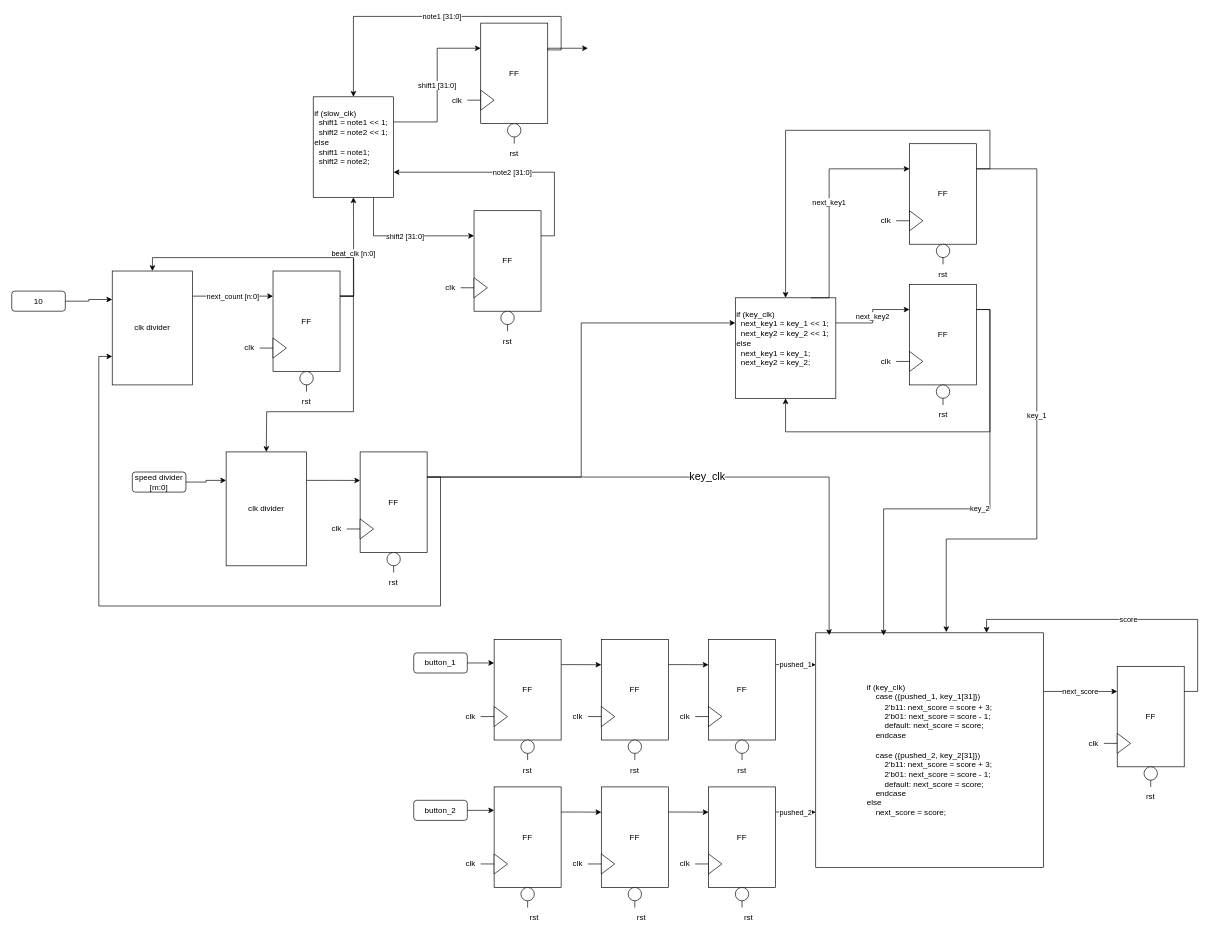
chepemike25/STARS-RTL-desgin-Mike-Shresth-Claire-Jakob-w-Fahad-2.0 keeps this draw.io diagram as page "Top RTL" (1 of 2) of Untitled Diagram.drawio. Above is the earlier version. Source tidied: cells renumbered, new cells numbered last; positions are measured from the earlier drawing's top-left corner, leaving out a move shared by most shapes. Both pictures are drawn from the tidied source at 67%, with x=0, y=0 at pixel (11, 16).
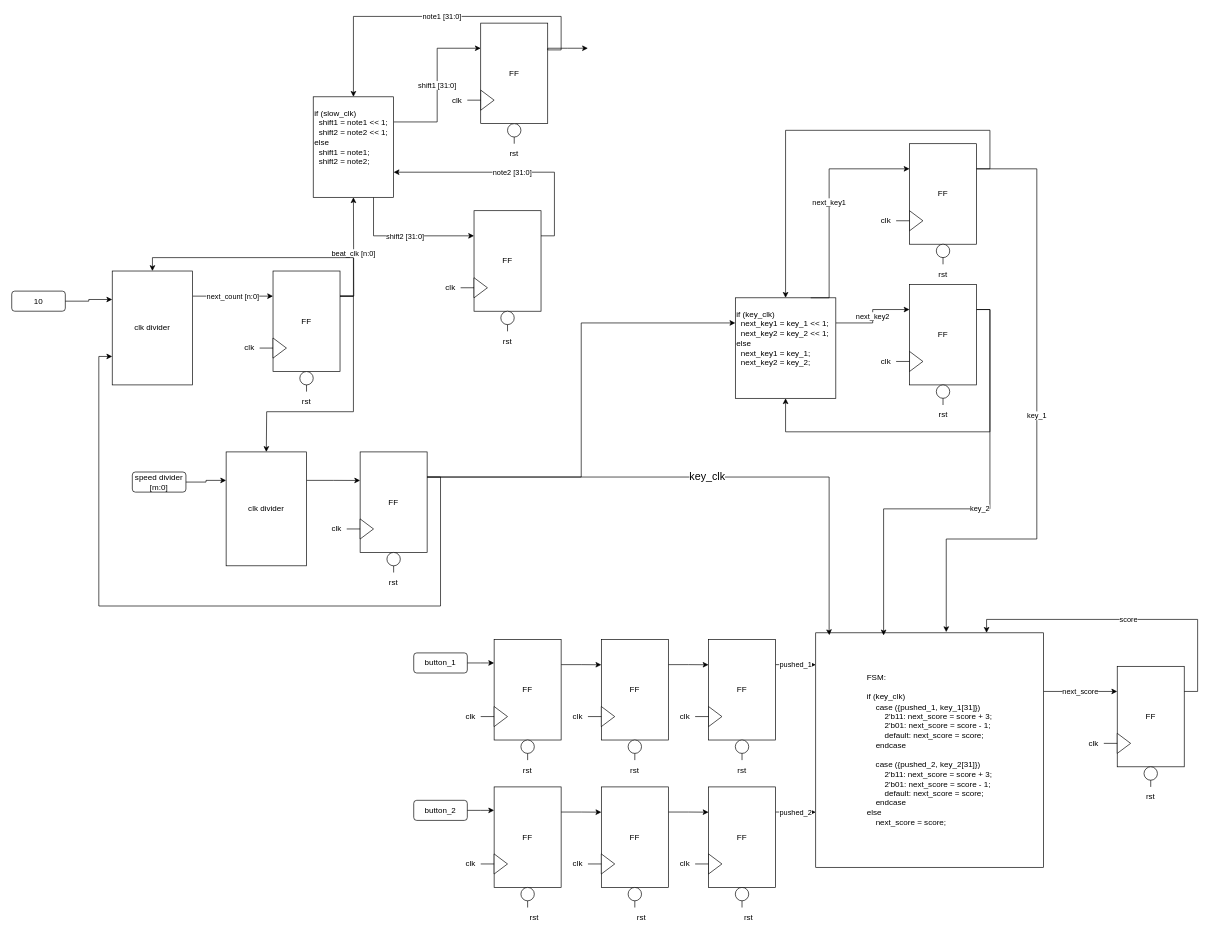
After the change.

Commit message:
FSM RTL

The edit, as a diff of the source:
```diff
@@
-    <mxCell id="111" value="&lt;div style=&quot;text-align: left;&quot;&gt;&lt;span style=&quot;background-color: initial;&quot;&gt;if (key_clk)&lt;/span&gt;&lt;/div&gt;&lt;div style=&quot;text-align: left;&quot;&gt;&lt;span style=&quot;background-color: initial;&quot;&gt;&lt;span style=&quot;&quot;&gt;&lt;span style=&quot;white-space: pre;&quot;&gt;&amp;nbsp;&amp;nbsp;&amp;nbsp;&amp;nbsp;&lt;/span&gt;&lt;/span&gt;case ({pushed_1, key_1[31]})&lt;/span&gt;&lt;/div&gt;&lt;div style=&quot;text-align: left;&quot;&gt;&lt;span style=&quot;background-color: initial;&quot;&gt;&lt;span style=&quot;&quot;&gt;&lt;span style=&quot;white-space: pre;&quot;&gt;&amp;nbsp;&amp;nbsp;&amp;nbsp;&amp;nbsp;&lt;/span&gt;&lt;span style=&quot;&quot;&gt;&lt;span style=&quot;white-space: pre;&quot;&gt;&amp;nbsp;&amp;nbsp;&amp;nbsp;&amp;nbsp;&lt;/span&gt;&lt;/span&gt;2&lt;/span&gt;'b11: next_score = score + 3;&lt;br&gt;&lt;/span&gt;&lt;/div&gt;&lt;div style=&quot;text-align: left;&quot;&gt;&lt;span style=&quot;background-color: initial;&quot;&gt;&lt;span style=&quot;&quot;&gt;&lt;span style=&quot;white-space: pre;&quot;&gt;&amp;nbsp;&amp;nbsp;&amp;nbsp;&amp;nbsp;&lt;/span&gt;&lt;/span&gt;&lt;span style=&quot;&quot;&gt;&lt;span style=&quot;white-space: pre;&quot;&gt;&amp;nbsp;&amp;nbsp;&amp;nbsp;&amp;nbsp;&lt;/span&gt;&lt;/span&gt;2'b01: next_score = score - 1;&lt;br&gt;&lt;/span&gt;&lt;/div&gt;&lt;div style=&quot;text-align: left;&quot;&gt;&lt;span style=&quot;background-color: initial;&quot;&gt;&lt;span style=&quot;&quot;&gt;&lt;span style=&quot;white-space: pre;&quot;&gt;&amp;nbsp;&amp;nbsp;&amp;nbsp;&amp;nbsp;&lt;/span&gt;&lt;/span&gt;&lt;span style=&quot;&quot;&gt;&lt;span style=&quot;white-space: pre;&quot;&gt;&amp;nbsp;&amp;nbsp;&amp;nbsp;&amp;nbsp;&lt;/span&gt;&lt;/span&gt;default: next_score = score;&lt;br&gt;&lt;/span&gt;&lt;/div&gt;&lt;div style=&quot;text-align: left;&quot;&gt;&lt;span style=&quot;background-color: initial;&quot;&gt;&lt;span style=&quot;&quot;&gt;&lt;span style=&quot;white-space: pre;&quot;&gt;&amp;nbsp;&amp;nbsp;&amp;nbsp;&amp;nbsp;&lt;/span&gt;&lt;/span&gt;endcase&lt;br&gt;&lt;/span&gt;&lt;/div&gt;&lt;div style=&quot;text-align: left;&quot;&gt;&lt;span style=&quot;background-color: initial;&quot;&gt;&lt;br&gt;&lt;/span&gt;&lt;/div&gt;&lt;div style=&quot;text-align: left;&quot;&gt;&lt;div&gt;&amp;nbsp; &amp;nbsp; case ({pushed_2, key_2[31]})&lt;span style=&quot;background-color: initial;&quot;&gt;&lt;/span&gt;&lt;/div&gt;&lt;div&gt;&lt;span style=&quot;background-color: initial;&quot;&gt;&lt;span style=&quot;&quot;&gt;&lt;span style=&quot;white-space: pre;&quot;&gt;&amp;nbsp;&amp;nbsp;&amp;nbsp;&amp;nbsp;&lt;/span&gt;&lt;span style=&quot;&quot;&gt;&lt;span style=&quot;white-space: pre;&quot;&gt;&amp;nbsp;&amp;nbsp;&amp;nbsp;&amp;nbsp;&lt;/span&gt;&lt;/span&gt;2&lt;/span&gt;'b11: next_score = score + 3;&lt;br&gt;&lt;/span&gt;&lt;/div&gt;&lt;div&gt;&lt;span style=&quot;background-color: initial;&quot;&gt;&lt;span style=&quot;&quot;&gt;&lt;span style=&quot;white-space: pre;&quot;&gt;&amp;nbsp;&amp;nbsp;&amp;nbsp;&amp;nbsp;&lt;/span&gt;&lt;/span&gt;&lt;span style=&quot;&quot;&gt;&lt;span style=&quot;white-space: pre;&quot;&gt;&amp;nbsp;&amp;nbsp;&amp;nbsp;&amp;nbsp;&lt;/span&gt;&lt;/span&gt;2'b01: next_score = score - 1;&lt;br&gt;&lt;/span&gt;&lt;/div&gt;&lt;div&gt;&lt;span style=&quot;background-color: initial;&quot;&gt;&lt;span style=&quot;&quot;&gt;&lt;span style=&quot;white-space: pre;&quot;&gt;&amp;nbsp;&amp;nbsp;&amp;nbsp;&amp;nbsp;&lt;/span&gt;&lt;/span&gt;&lt;span style=&quot;&quot;&gt;&lt;span style=&quot;white-space: pre;&quot;&gt;&amp;nbsp;&amp;nbsp;&amp;nbsp;&amp;nbsp;&lt;/span&gt;&lt;/span&gt;default: next_score = score;&lt;br&gt;&lt;/span&gt;&lt;/div&gt;&lt;div&gt;&lt;span style=&quot;background-color: initial;&quot;&gt;&lt;span style=&quot;&quot;&gt;&lt;span style=&quot;white-space: pre;&quot;&gt;&amp;nbsp;&amp;nbsp;&amp;nbsp;&amp;nbsp;&lt;/span&gt;&lt;/span&gt;endcase&lt;/span&gt;&lt;/div&gt;&lt;/div&gt;&lt;div style=&quot;text-align: left;&quot;&gt;&lt;span style=&quot;background-color: initial;&quot;&gt;else&lt;/span&gt;&lt;/div&gt;&lt;div style=&quot;text-align: left;&quot;&gt;&lt;span style=&quot;background-color: initial;&quot;&gt;&lt;span style=&quot;&quot;&gt;&lt;span style=&quot;white-space: pre;&quot;&gt;&amp;nbsp;&amp;nbsp;&amp;nbsp;&amp;nbsp;&lt;/span&gt;&lt;/span&gt;next_score = score;&lt;br&gt;&lt;/span&gt;&lt;/div&gt;" style="rounded=0;whiteSpace=wrap;html=1;" parent="1" vertex="1">
+    <mxCell id="111" value="&lt;div style=&quot;text-align: left&quot;&gt;&lt;span&gt;FSM:&lt;/span&gt;&lt;/div&gt;&lt;div style=&quot;text-align: left&quot;&gt;&lt;span&gt;&lt;br&gt;&lt;/span&gt;&lt;/div&gt;&lt;div style=&quot;text-align: left&quot;&gt;&lt;span&gt;if (key_clk)&lt;/span&gt;&lt;/div&gt;&lt;div style=&quot;text-align: left&quot;&gt;&lt;span&gt;&lt;span&gt;&lt;span style=&quot;white-space: pre&quot;&gt;&amp;nbsp;&amp;nbsp;&amp;nbsp;&amp;nbsp;&lt;/span&gt;&lt;/span&gt;case ({pushed_1, key_1[31]})&lt;/span&gt;&lt;/div&gt;&lt;div style=&quot;text-align: left&quot;&gt;&lt;span&gt;&lt;span&gt;&lt;span style=&quot;white-space: pre&quot;&gt;&amp;nbsp;&amp;nbsp;&amp;nbsp;&amp;nbsp;&lt;/span&gt;&lt;span&gt;&lt;span style=&quot;white-space: pre&quot;&gt;&amp;nbsp;&amp;nbsp;&amp;nbsp;&amp;nbsp;&lt;/span&gt;&lt;/span&gt;2&lt;/span&gt;'b11: next_score = score + 3;&lt;br&gt;&lt;/span&gt;&lt;/div&gt;&lt;div style=&quot;text-align: left&quot;&gt;&lt;span&gt;&lt;span&gt;&lt;span style=&quot;white-space: pre&quot;&gt;&amp;nbsp;&amp;nbsp;&amp;nbsp;&amp;nbsp;&lt;/span&gt;&lt;/span&gt;&lt;span&gt;&lt;span style=&quot;white-space: pre&quot;&gt;&amp;nbsp;&amp;nbsp;&amp;nbsp;&amp;nbsp;&lt;/span&gt;&lt;/span&gt;2'b01: next_score = score - 1;&lt;br&gt;&lt;/span&gt;&lt;/div&gt;&lt;div style=&quot;text-align: left&quot;&gt;&lt;span&gt;&lt;span&gt;&lt;span style=&quot;white-space: pre&quot;&gt;&amp;nbsp;&amp;nbsp;&amp;nbsp;&amp;nbsp;&lt;/span&gt;&lt;/span&gt;&lt;span&gt;&lt;span style=&quot;white-space: pre&quot;&gt;&amp;nbsp;&amp;nbsp;&amp;nbsp;&amp;nbsp;&lt;/span&gt;&lt;/span&gt;default: next_score = score;&lt;br&gt;&lt;/span&gt;&lt;/div&gt;&lt;div style=&quot;text-align: left&quot;&gt;&lt;span&gt;&lt;span&gt;&lt;span style=&quot;white-space: pre&quot;&gt;&amp;nbsp;&amp;nbsp;&amp;nbsp;&amp;nbsp;&lt;/span&gt;&lt;/span&gt;endcase&lt;br&gt;&lt;/span&gt;&lt;/div&gt;&lt;div style=&quot;text-align: left&quot;&gt;&lt;span&gt;&lt;br&gt;&lt;/span&gt;&lt;/div&gt;&lt;div style=&quot;text-align: left&quot;&gt;&lt;div&gt;&amp;nbsp; &amp;nbsp; case ({pushed_2, key_2[31]})&lt;span&gt;&lt;/span&gt;&lt;/div&gt;&lt;div&gt;&lt;span&gt;&lt;span&gt;&lt;span style=&quot;white-space: pre&quot;&gt;&amp;nbsp;&amp;nbsp;&amp;nbsp;&amp;nbsp;&lt;/span&gt;&lt;span&gt;&lt;span style=&quot;white-space: pre&quot;&gt;&amp;nbsp;&amp;nbsp;&amp;nbsp;&amp;nbsp;&lt;/span&gt;&lt;/span&gt;2&lt;/span&gt;'b11: next_score = score + 3;&lt;br&gt;&lt;/span&gt;&lt;/div&gt;&lt;div&gt;&lt;span&gt;&lt;span&gt;&lt;span style=&quot;white-space: pre&quot;&gt;&amp;nbsp;&amp;nbsp;&amp;nbsp;&amp;nbsp;&lt;/span&gt;&lt;/span&gt;&lt;span&gt;&lt;span style=&quot;white-space: pre&quot;&gt;&amp;nbsp;&amp;nbsp;&amp;nbsp;&amp;nbsp;&lt;/span&gt;&lt;/span&gt;2'b01: next_score = score - 1;&lt;br&gt;&lt;/span&gt;&lt;/div&gt;&lt;div&gt;&lt;span&gt;&lt;span&gt;&lt;span style=&quot;white-space: pre&quot;&gt;&amp;nbsp;&amp;nbsp;&amp;nbsp;&amp;nbsp;&lt;/span&gt;&lt;/span&gt;&lt;span&gt;&lt;span style=&quot;white-space: pre&quot;&gt;&amp;nbsp;&amp;nbsp;&amp;nbsp;&amp;nbsp;&lt;/span&gt;&lt;/span&gt;default: next_score = score;&lt;br&gt;&lt;/span&gt;&lt;/div&gt;&lt;div&gt;&lt;span&gt;&lt;span&gt;&lt;span style=&quot;white-space: pre&quot;&gt;&amp;nbsp;&amp;nbsp;&amp;nbsp;&amp;nbsp;&lt;/span&gt;&lt;/span&gt;endcase&lt;/span&gt;&lt;/div&gt;&lt;/div&gt;&lt;div style=&quot;text-align: left&quot;&gt;&lt;span&gt;else&lt;/span&gt;&lt;/div&gt;&lt;div style=&quot;text-align: left&quot;&gt;&lt;span&gt;&lt;span&gt;&lt;span style=&quot;white-space: pre&quot;&gt;&amp;nbsp;&amp;nbsp;&amp;nbsp;&amp;nbsp;&lt;/span&gt;&lt;/span&gt;next_score = score;&lt;br&gt;&lt;/span&gt;&lt;/div&gt;" style="rounded=0;whiteSpace=wrap;html=1;" parent="1" vertex="1">
       <mxGeometry x="1200" y="920" width="340" height="350" as="geometry" />
     </mxCell>
```
